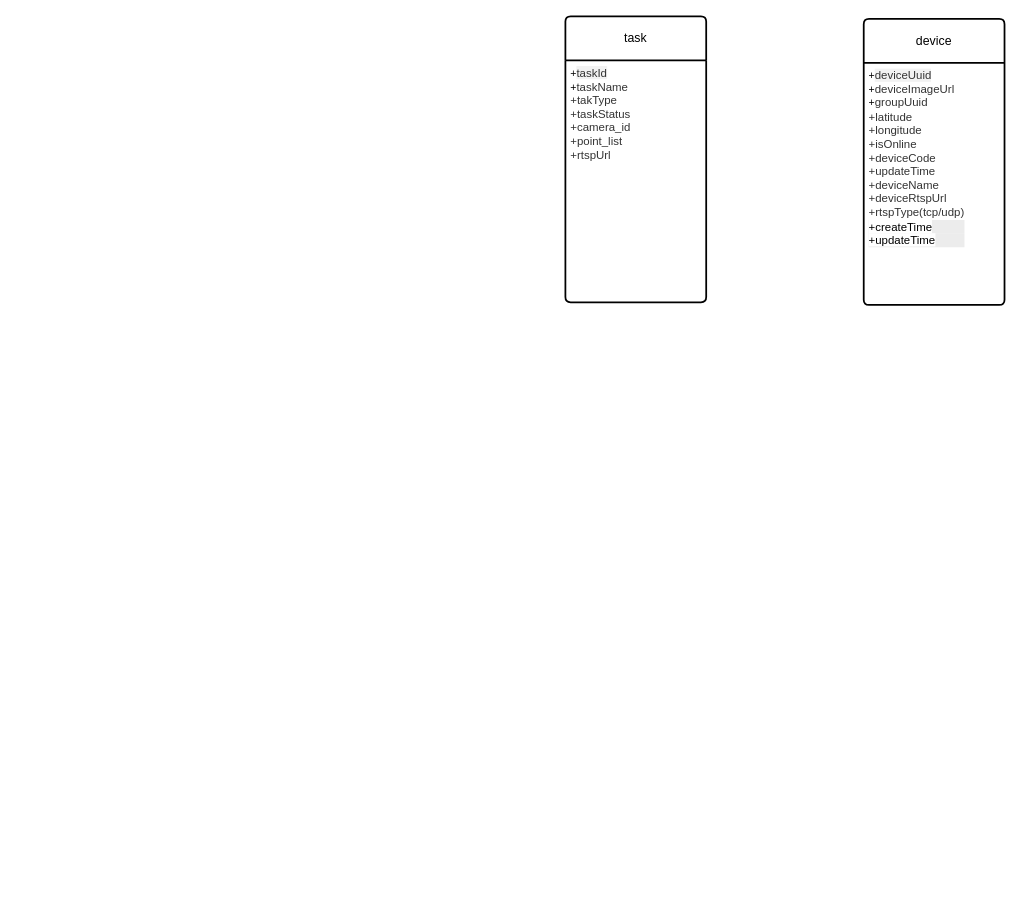
Before: 1.drawio in monster-46173/djjs, a draw.io diagram. Source tidied: cells renumbered, new cells numbered last; positions are measured from the earlier drawing's top-left corner, leaving out a move shared by most shapes. Both pictures are drawn from the tidied source at 88%, with x=0, y=0 at pixel (565, 16).
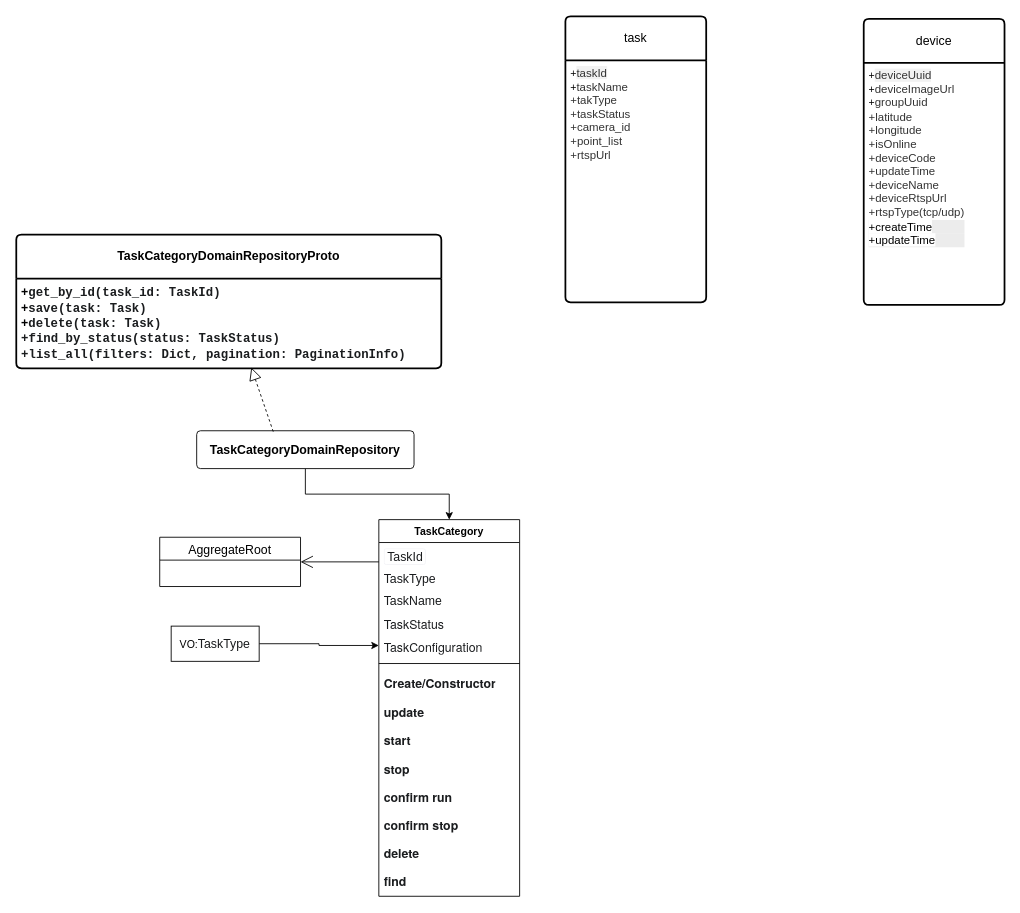
The same diagram, later.

Diff of the diagram source:
```diff
@@
+    <mxCell id="6" value="AggregateRoot" style="swimlane;fontStyle=0;horizontal=1;startSize=26;align=center;fontSize=14;" parent="1" vertex="1">
+      <mxGeometry x="-461" y="592" width="160" height="56" as="geometry" />
+    </mxCell>
@@
+    <mxCell id="7" style="endArrow=open;endFill=1;endSize=12;html=1;rounded=0;entryX=1;entryY=0.5;entryDx=0;entryDy=0;" parent="1" edge="1" target="6">
+      <mxGeometry relative="1" as="geometry">
+        <mxPoint x="-212" y="620" as="sourcePoint" />
+      </mxGeometry>
+    </mxCell>
@@
+    <mxCell id="8" value="TaskCategory" style="swimlane;fontStyle=1;align=center;verticalAlign=top;horizontal=1;startSize=26;whiteSpace=wrap;html=1;" parent="1" vertex="1">
+      <mxGeometry x="-212" y="572" width="160" height="428" as="geometry" />
+    </mxCell>
+    <mxCell id="9" value="&lt;div&gt;&lt;span style=&quot;box-sizing: border-box; color: rgb(26, 28, 30); background-color: rgb(255, 255, 255);&quot; class=&quot;ng-star-inserted&quot;&gt;&lt;span style=&quot;box-sizing: border-box; background-image: none; background-position: 0% 0%; background-size: auto; background-repeat: repeat; background-attachment: scroll; background-origin: padding-box; background-clip: border-box; border-color: rgb(243, 243, 246); border-style: solid; border-width: 0.666667px; border-image: none 100% / 1 / 0 stretch; border-radius: 3px; padding: 0px 3px; display: inline-block;&quot; class=&quot;inline-code ng-star-inserted&quot;&gt;&lt;span style=&quot;box-sizing: border-box;&quot; class=&quot;ng-star-inserted&quot;&gt;&lt;font style=&quot;font-size: 14px;&quot; face=&quot;Helvetica&quot;&gt;TaskId&lt;/font&gt;&lt;/span&gt;&lt;/span&gt;&lt;/span&gt;&lt;/div&gt;" style="text;strokeColor=none;fillColor=none;align=left;verticalAlign=top;spacingLeft=4;spacingRight=4;overflow=hidden;whiteSpace=wrap;html=1;" parent="8" vertex="1">
+      <mxGeometry y="26" width="160" height="26" as="geometry" />
+    </mxCell>
+    <mxCell id="10" value="&lt;span style=&quot;box-sizing: border-box; color: rgb(26, 28, 30); font-size: 14px; background-color: rgb(255, 255, 255);&quot; class=&quot;ng-star-inserted&quot;&gt;&lt;span style=&quot;box-sizing: border-box;&quot; class=&quot;ng-star-inserted&quot;&gt;&lt;font style=&quot;&quot; face=&quot;Helvetica&quot;&gt;TaskType&lt;/font&gt;&lt;/span&gt;&lt;/span&gt;" style="text;strokeColor=none;fillColor=none;align=left;verticalAlign=top;spacingLeft=4;spacingRight=4;overflow=hidden;whiteSpace=wrap;html=1;" parent="8" vertex="1">
+      <mxGeometry y="52" width="160" height="26" as="geometry" />
+    </mxCell>
+    <mxCell id="11" value="&lt;span style=&quot;box-sizing: border-box; color: rgb(26, 28, 30); font-size: 14px; background-color: rgb(255, 255, 255);&quot; class=&quot;ng-star-inserted&quot;&gt;&lt;span style=&quot;box-sizing: border-box;&quot; class=&quot;ng-star-inserted&quot;&gt;&lt;font style=&quot;&quot; face=&quot;Helvetica&quot;&gt;TaskName&lt;/font&gt;&lt;/span&gt;&lt;/span&gt;" style="text;strokeColor=none;fillColor=none;align=left;verticalAlign=top;spacingLeft=4;spacingRight=4;overflow=hidden;whiteSpace=wrap;html=1;" parent="8" vertex="1">
+      <mxGeometry y="78" width="160" height="26" as="geometry" />
+    </mxCell>
+    <mxCell id="12" value="&lt;span style=&quot;box-sizing: border-box; color: rgb(26, 28, 30); font-family: &amp;quot;Google Sans Text&amp;quot;, &amp;quot;Helvetica Neue&amp;quot;, sans-serif; font-size: 14px; background-color: rgb(255, 255, 255);&quot; class=&quot;ng-star-inserted&quot;&gt;&lt;span style=&quot;box-sizing: border-box;&quot; class=&quot;ng-star-inserted&quot;&gt;TaskStatus&lt;/span&gt;&lt;/span&gt;" style="text;strokeColor=none;fillColor=none;align=left;verticalAlign=top;spacingLeft=4;spacingRight=4;overflow=hidden;whiteSpace=wrap;html=1;" parent="8" vertex="1">
+      <mxGeometry y="104" width="160" height="26" as="geometry" />
+    </mxCell>
+    <mxCell id="13" value="&lt;span style=&quot;box-sizing: border-box; color: rgb(26, 28, 30); font-family: &amp;quot;Google Sans Text&amp;quot;, &amp;quot;Helvetica Neue&amp;quot;, sans-serif; font-size: 14px; background-color: rgb(255, 255, 255);&quot; class=&quot;ng-star-inserted&quot;&gt;&lt;span style=&quot;box-sizing: border-box;&quot; class=&quot;ng-star-inserted&quot;&gt;TaskConfiguration&lt;/span&gt;&lt;/span&gt;" style="text;strokeColor=none;fillColor=none;align=left;verticalAlign=top;spacingLeft=4;spacingRight=4;overflow=hidden;points=[[0,0.5],[1,0.5]];portConstraint=eastwest;whiteSpace=wrap;html=1;" parent="8" vertex="1">
+      <mxGeometry y="130" width="160" height="26" as="geometry" />
+    </mxCell>
+    <mxCell id="14" style="line;strokeWidth=1;fillColor=none;align=left;verticalAlign=middle;spacingTop=-1;spacingLeft=3;spacingRight=3;labelPosition=right;strokeColor=inherit;" parent="8" vertex="1">
+      <mxGeometry y="156" width="160" height="15" as="geometry" />
+    </mxCell>
+    <mxCell id="15" value="&lt;strong style=&quot;box-sizing: border-box; color: rgb(26, 28, 30); font-family: &amp;quot;Google Sans Text&amp;quot;, &amp;quot;Helvetica Neue&amp;quot;, sans-serif; font-size: 14px; background-color: rgb(255, 255, 255);&quot; class=&quot;ng-star-inserted&quot;&gt;&lt;span style=&quot;box-sizing: border-box;&quot; class=&quot;ng-star-inserted&quot;&gt;Create/Constructor&lt;/span&gt;&lt;/strong&gt;" style="text;strokeColor=none;fillColor=none;align=left;verticalAlign=top;spacingLeft=4;spacingRight=4;overflow=hidden;whiteSpace=wrap;html=1;" parent="8" vertex="1">
+      <mxGeometry y="171" width="160" height="33" as="geometry" />
+    </mxCell>
+    <mxCell id="16" value="&lt;strong style=&quot;box-sizing: border-box; color: rgb(26, 28, 30); font-family: &amp;quot;Google Sans Text&amp;quot;, &amp;quot;Helvetica Neue&amp;quot;, sans-serif; font-size: 14px; background-color: rgb(255, 255, 255);&quot; class=&quot;ng-star-inserted&quot;&gt;&lt;span style=&quot;box-sizing: border-box;&quot; class=&quot;ng-star-inserted&quot;&gt;update&lt;/span&gt;&lt;/strong&gt;" style="text;strokeColor=none;fillColor=none;align=left;verticalAlign=top;spacingLeft=4;spacingRight=4;overflow=hidden;whiteSpace=wrap;html=1;" parent="8" vertex="1">
+      <mxGeometry y="204" width="160" height="32" as="geometry" />
+    </mxCell>
+    <mxCell id="17" value="&lt;font face=&quot;Google Sans Text, Helvetica Neue, sans-serif&quot; color=&quot;#1a1c1e&quot;&gt;&lt;span style=&quot;font-size: 14px; background-color: rgb(255, 255, 255);&quot;&gt;&lt;b&gt;start&lt;/b&gt;&lt;/span&gt;&lt;/font&gt;" style="text;strokeColor=none;fillColor=none;align=left;verticalAlign=top;spacingLeft=4;spacingRight=4;overflow=hidden;whiteSpace=wrap;html=1;" parent="8" vertex="1">
+      <mxGeometry y="236" width="160" height="32" as="geometry" />
+    </mxCell>
+    <mxCell id="18" value="&lt;strong style=&quot;box-sizing: border-box; color: rgb(26, 28, 30); font-family: &amp;quot;Google Sans Text&amp;quot;, &amp;quot;Helvetica Neue&amp;quot;, sans-serif; font-size: 14px; background-color: rgb(255, 255, 255);&quot; class=&quot;ng-star-inserted&quot;&gt;&lt;span style=&quot;box-sizing: border-box;&quot; class=&quot;ng-star-inserted&quot;&gt;stop&lt;/span&gt;&lt;/strong&gt;" style="text;strokeColor=none;fillColor=none;align=left;verticalAlign=top;spacingLeft=4;spacingRight=4;overflow=hidden;whiteSpace=wrap;html=1;" parent="8" vertex="1">
+      <mxGeometry y="268" width="160" height="32" as="geometry" />
+    </mxCell>
+    <mxCell id="19" value="&lt;strong style=&quot;box-sizing: border-box; color: rgb(26, 28, 30); font-family: &amp;quot;Google Sans Text&amp;quot;, &amp;quot;Helvetica Neue&amp;quot;, sans-serif; font-size: 14px; background-color: rgb(255, 255, 255);&quot; class=&quot;ng-star-inserted&quot;&gt;&lt;span style=&quot;box-sizing: border-box;&quot; class=&quot;ng-star-inserted&quot;&gt;confirm run&lt;/span&gt;&lt;/strong&gt;" style="text;strokeColor=none;fillColor=none;align=left;verticalAlign=top;spacingLeft=4;spacingRight=4;overflow=hidden;whiteSpace=wrap;html=1;" parent="8" vertex="1">
+      <mxGeometry y="300" width="160" height="32" as="geometry" />
+    </mxCell>
+    <mxCell id="20" value="&lt;strong style=&quot;box-sizing: border-box; color: rgb(26, 28, 30); font-family: &amp;quot;Google Sans Text&amp;quot;, &amp;quot;Helvetica Neue&amp;quot;, sans-serif; font-size: 14px; background-color: rgb(255, 255, 255);&quot; class=&quot;ng-star-inserted&quot;&gt;&lt;span style=&quot;box-sizing: border-box;&quot; class=&quot;ng-star-inserted&quot;&gt;confirm stop&lt;/span&gt;&lt;/strong&gt;" style="text;strokeColor=none;fillColor=none;align=left;verticalAlign=top;spacingLeft=4;spacingRight=4;overflow=hidden;whiteSpace=wrap;html=1;" parent="8" vertex="1">
+      <mxGeometry y="332" width="160" height="32" as="geometry" />
+    </mxCell>
+    <mxCell id="21" value="&lt;strong style=&quot;box-sizing: border-box; color: rgb(26, 28, 30); font-family: &amp;quot;Google Sans Text&amp;quot;, &amp;quot;Helvetica Neue&amp;quot;, sans-serif; font-size: 14px; background-color: rgb(255, 255, 255);&quot; class=&quot;ng-star-inserted&quot;&gt;&lt;span style=&quot;box-sizing: border-box;&quot; class=&quot;ng-star-inserted&quot;&gt;delete&lt;/span&gt;&lt;/strong&gt;" style="text;strokeColor=none;fillColor=none;align=left;verticalAlign=top;spacingLeft=4;spacingRight=4;overflow=hidden;whiteSpace=wrap;html=1;" parent="8" vertex="1">
+      <mxGeometry y="364" width="160" height="32" as="geometry" />
+    </mxCell>
+    <mxCell id="22" value="&lt;font face=&quot;Google Sans Text, Helvetica Neue, sans-serif&quot; color=&quot;#1a1c1e&quot;&gt;&lt;span style=&quot;font-size: 14px; background-color: rgb(255, 255, 255);&quot;&gt;&lt;b&gt;find&lt;/b&gt;&lt;/span&gt;&lt;/font&gt;" style="text;strokeColor=none;fillColor=none;align=left;verticalAlign=top;spacingLeft=4;spacingRight=4;overflow=hidden;whiteSpace=wrap;html=1;" parent="8" vertex="1">
+      <mxGeometry y="396" width="160" height="32" as="geometry" />
+    </mxCell>
+    <mxCell id="23" style="edgeStyle=orthogonalEdgeStyle;rounded=0;jettySize=auto;html=1;exitX=0.5;exitY=1;exitDx=0;exitDy=0;" parent="1" edge="1" source="24" target="8">
+      <mxGeometry relative="1" as="geometry" />
+    </mxCell>
+    <mxCell id="24" value="&lt;font face=&quot;Helvetica&quot; style=&quot;font-size: 14px;&quot;&gt;&lt;b&gt;TaskCategoryDomainRepository&lt;/b&gt;&lt;/font&gt;" style="rounded=1;arcSize=10;whiteSpace=wrap;html=1;align=center;" parent="1" vertex="1">
+      <mxGeometry x="-419" y="471" width="247" height="43" as="geometry" />
+    </mxCell>
+    <mxCell id="25" value="&lt;b&gt;TaskCategoryDomainRepositoryProto&lt;/b&gt;" style="swimlane;horizontal=1;startSize=50;rounded=1;fontSize=14;fontStyle=0;strokeWidth=2;shadow=0;dashed=0;align=center;arcSize=4;whiteSpace=wrap;html=1;" parent="1" vertex="1">
+      <mxGeometry x="-624" y="248" width="483" height="152" as="geometry" />
+    </mxCell>
+    <mxCell id="26" value="&lt;font style=&quot;font-size: 14px;&quot;&gt;&lt;b&gt;+&lt;span style=&quot;color: rgb(26, 28, 30); font-family: &amp;quot;DM Mono&amp;quot;, monospace; background-color: rgb(255, 255, 255);&quot;&gt;get_by_id(task_id: TaskId)&lt;/span&gt;&lt;br&gt;+&lt;span style=&quot;color: rgb(26, 28, 30); font-family: &amp;quot;DM Mono&amp;quot;, monospace; background-color: rgb(255, 255, 255);&quot;&gt;save(task: Task)&lt;/span&gt;&lt;br&gt;+&lt;span style=&quot;color: rgb(26, 28, 30); font-family: &amp;quot;DM Mono&amp;quot;, monospace; background-color: rgb(255, 255, 255);&quot;&gt;delete(task: Task)&lt;/span&gt;&lt;/b&gt;&lt;/font&gt;&lt;div&gt;&lt;font style=&quot;font-size: 14px;&quot;&gt;&lt;b&gt;&lt;font style=&quot;&quot;&gt;&lt;span style=&quot;color: rgb(26, 28, 30); font-family: &amp;quot;DM Mono&amp;quot;, monospace; background-color: rgb(255, 255, 255);&quot;&gt;+&lt;/span&gt;&lt;/font&gt;&lt;span style=&quot;background-color: rgb(255, 255, 255); color: rgb(26, 28, 30); font-family: &amp;quot;DM Mono&amp;quot;, monospace;&quot;&gt;find_by_status(status: TaskStatus)&lt;/span&gt;&lt;/b&gt;&lt;/font&gt;&lt;/div&gt;&lt;div&gt;&lt;font style=&quot;font-size: 14px;&quot;&gt;&lt;b&gt;&lt;span style=&quot;background-color: rgb(255, 255, 255); color: rgb(26, 28, 30); font-family: &amp;quot;DM Mono&amp;quot;, monospace;&quot;&gt;+&lt;/span&gt;&lt;span style=&quot;background-color: rgb(255, 255, 255); color: rgb(26, 28, 30); font-family: &amp;quot;DM Mono&amp;quot;, monospace;&quot;&gt;list_all(filters: Dict, pagination: PaginationInfo)&lt;/span&gt;&lt;/b&gt;&lt;/font&gt;&lt;/div&gt;" style="align=left;strokeColor=none;fillColor=none;spacingLeft=4;spacingRight=4;fontSize=12;verticalAlign=top;html=1;whiteSpace=wrap;" parent="25" vertex="1">
+      <mxGeometry y="50" width="483" height="102" as="geometry" />
+    </mxCell>
+    <mxCell id="27" style="endArrow=block;dashed=1;endFill=0;endSize=12;html=1;rounded=0;entryX=0.553;entryY=0.992;entryDx=0;entryDy=0;entryPerimeter=0;" parent="1" edge="1" target="26">
+      <mxGeometry relative="1" as="geometry">
+        <mxPoint x="-332" y="472" as="sourcePoint" />
+      </mxGeometry>
+    </mxCell>
+    <mxCell id="28" style="edgeStyle=orthogonalEdgeStyle;rounded=0;jettySize=auto;html=1;exitX=1;exitY=0.5;exitDx=0;exitDy=0;entryX=0;entryY=0.5;entryDx=0;entryDy=0;" parent="1" edge="1" source="29" target="13">
+      <mxGeometry relative="1" as="geometry" />
+    </mxCell>
+    <mxCell id="29" value="VO:&lt;span style=&quot;color: rgb(26, 28, 30); font-size: 14px; text-align: left; background-color: rgb(255, 255, 255);&quot;&gt;TaskType&lt;/span&gt;" style="whiteSpace=wrap;html=1;align=center;" parent="1" vertex="1">
+      <mxGeometry x="-448" y="693" width="100" height="40" as="geometry" />
+    </mxCell>
```
